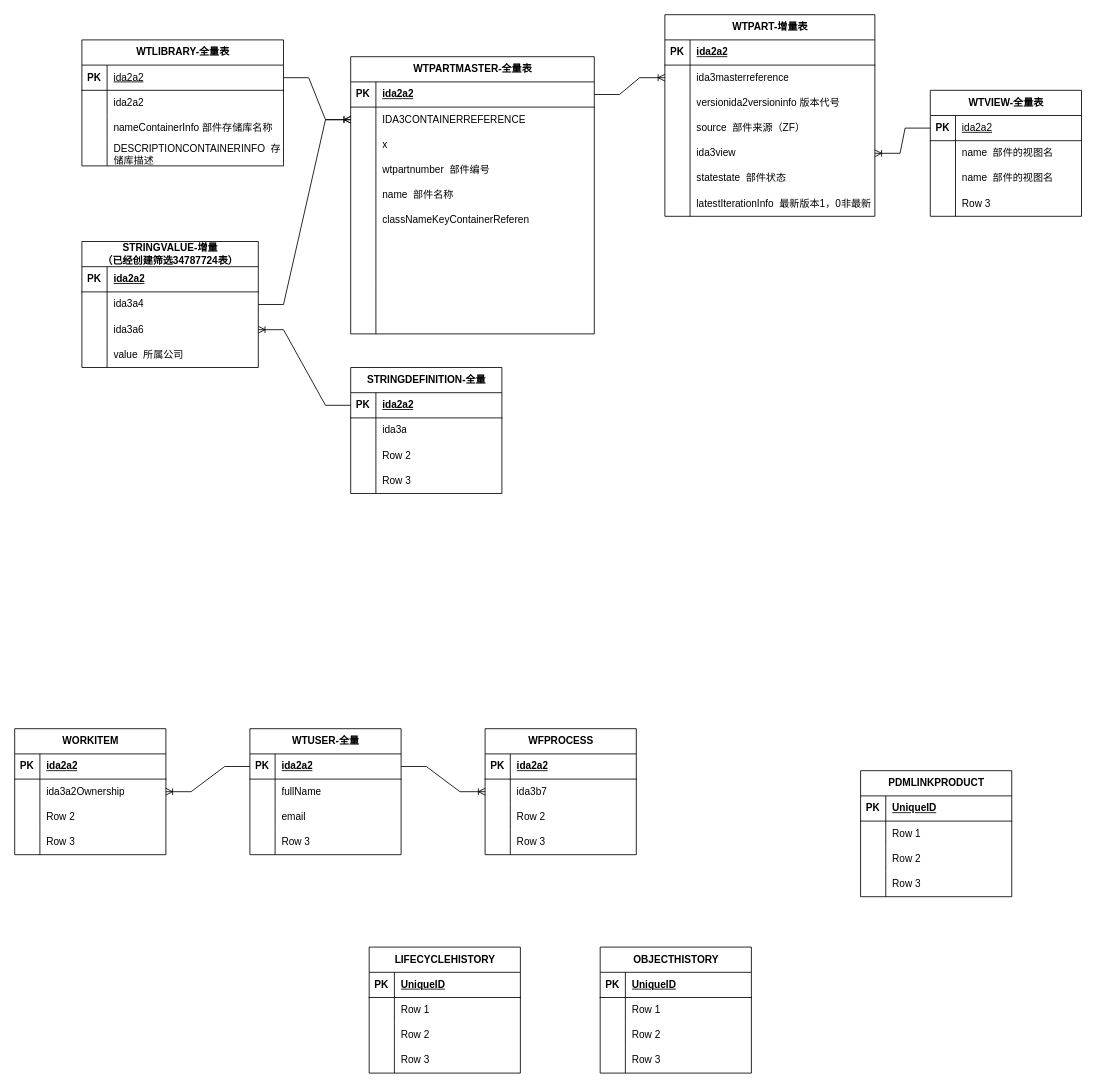
This is pdm数据结构.drawio from fxfng/hello-world, a draw.io file, before an edit. Source tidied: cells renumbered, new cells numbered last; positions are measured from the earlier drawing's top-left corner, leaving out a move shared by most shapes. Both pictures are drawn from the tidied source at 84%, with x=0, y=0 at pixel (14, 14).
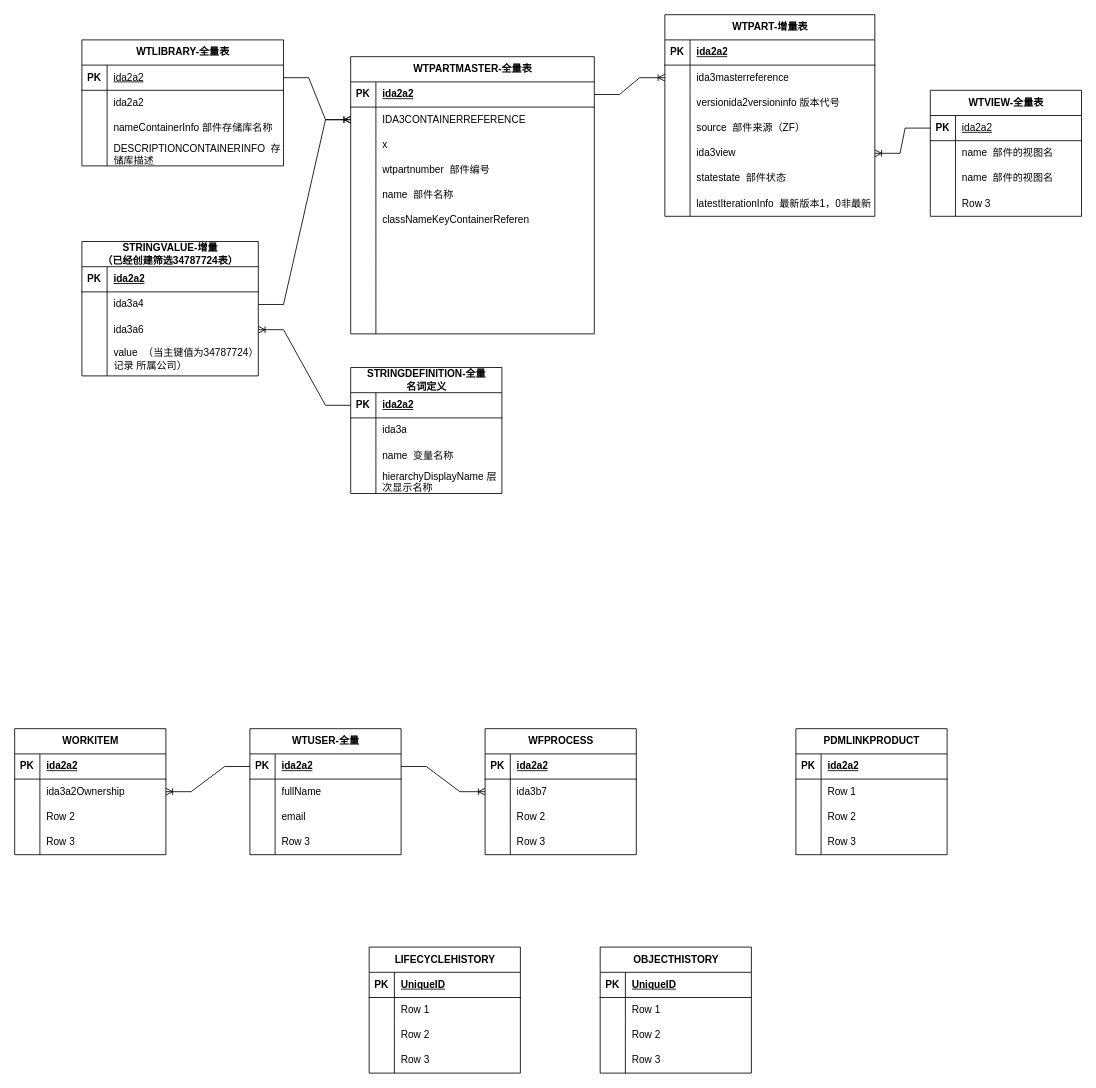
The same page after the edit.

Commit message:
更新pdm数据结构.drawio

Unchanged cells that the change refers to:
```xml
<mxCell id="31" style="shape=tableRow;horizontal=0;startSize=0;swimlaneHead=0;swimlaneBody=0;fillColor=none;top=0;left=0;right=0;bottom=0;" parent="24" vertex="1">
  <mxGeometry y="90" width="180" height="30" as="geometry" />
</mxCell>
<mxCell id="34" style="shape=tableRow;horizontal=0;startSize=0;swimlaneHead=0;swimlaneBody=0;fillColor=none;top=0;left=0;right=0;bottom=0;" parent="24" vertex="1">
  <mxGeometry y="120" width="180" height="30" as="geometry" />
</mxCell>
<mxCell id="82" style="shape=tableRow;horizontal=0;startSize=0;swimlaneHead=0;swimlaneBody=0;fillColor=none;top=0;left=0;right=0;bottom=1;" parent="81" vertex="1">
  <mxGeometry y="30" width="180" height="30" as="geometry" />
</mxCell>
```

The edit, as a diff of the source:
```diff
@@
-    <mxCell id="24" value="STRINGDEFINITION-全量" style="shape=table;startSize=30;childLayout=tableLayout;rowLines=0;fontStyle=1;align=center;html=1;" parent="1" vertex="1">
+    <mxCell id="24" value="STRINGDEFINITION-全量&lt;div&gt;名词定义&lt;/div&gt;" style="shape=table;startSize=30;childLayout=tableLayout;rowLines=0;fontStyle=1;align=center;html=1;" parent="1" vertex="1">
       <mxGeometry x="400" y="420" width="180" height="150" as="geometry" />
     </mxCell>
@@
-    <mxCell id="33" value="Row 2" style="shape=partialRectangle;fillColor=none;top=0;left=0;bottom=0;right=0;align=left;spacingLeft=6;overflow=hidden;whiteSpace=wrap;html=1;" parent="31" vertex="1">
+    <mxCell id="33" value="name&amp;nbsp; 变量名称" style="shape=partialRectangle;fillColor=none;top=0;left=0;bottom=0;right=0;align=left;spacingLeft=6;overflow=hidden;whiteSpace=wrap;html=1;" parent="31" vertex="1">
       <mxGeometry x="30" width="150" height="30" as="geometry" />
     </mxCell>
@@
-    <mxCell id="36" value="Row 3" style="shape=partialRectangle;fillColor=none;top=0;left=0;bottom=0;right=0;align=left;spacingLeft=6;overflow=hidden;whiteSpace=wrap;html=1;" parent="34" vertex="1">
+    <mxCell id="36" value="hierarchyDisplayName 层次显示名称" style="shape=partialRectangle;fillColor=none;top=0;left=0;bottom=0;right=0;align=left;spacingLeft=6;overflow=hidden;whiteSpace=wrap;html=1;" parent="34" vertex="1">
       <mxGeometry x="30" width="150" height="30" as="geometry" />
     </mxCell>
@@
     <mxCell id="68" value="STRINGVALUE-增量&lt;div&gt;（已经创建筛选34787724表）&lt;/div&gt;" style="shape=table;startSize=30;childLayout=tableLayout;rowLines=0;fontStyle=1;align=center;html=1;" parent="1" vertex="1">
-      <mxGeometry x="80" y="270" width="210" height="150" as="geometry" />
+      <mxGeometry x="80" y="270" width="210" height="160" as="geometry" />
     </mxCell>
@@
     <mxCell id="78" style="shape=tableRow;horizontal=0;startSize=0;swimlaneHead=0;swimlaneBody=0;fillColor=none;top=0;left=0;right=0;bottom=0;" parent="68" vertex="1">
-      <mxGeometry y="120" width="210" height="30" as="geometry" />
+      <mxGeometry y="120" width="210" height="40" as="geometry" />
     </mxCell>
     <mxCell id="79" style="shape=partialRectangle;fillColor=none;top=0;left=0;bottom=0;right=0;overflow=hidden;whiteSpace=wrap;html=1;" parent="78" vertex="1">
-      <mxGeometry width="30" height="30" as="geometry" />
+      <mxGeometry width="30" height="40" as="geometry" />
     </mxCell>
-    <mxCell id="80" value="value&amp;nbsp; 所属公司" style="shape=partialRectangle;fillColor=none;top=0;left=0;bottom=0;right=0;align=left;spacingLeft=6;overflow=hidden;whiteSpace=wrap;html=1;" parent="78" vertex="1">
-      <mxGeometry x="30" width="180" height="30" as="geometry" />
+    <mxCell id="80" value="value&amp;nbsp; （当主键值为34787724）记录 所属公司）" style="shape=partialRectangle;fillColor=none;top=0;left=0;bottom=0;right=0;align=left;spacingLeft=6;overflow=hidden;whiteSpace=wrap;html=1;" parent="78" vertex="1">
+      <mxGeometry x="30" width="180" height="40" as="geometry" />
     </mxCell>
     <mxCell id="81" value="PDMLINKPRODUCT" style="shape=table;startSize=30;childLayout=tableLayout;rowLines=0;fontStyle=1;align=center;html=1;" parent="1" vertex="1">
-      <mxGeometry x="1007" y="900" width="180" height="150" as="geometry" />
+      <mxGeometry x="930" y="850" width="180" height="150" as="geometry" />
     </mxCell>
@@
-    <mxCell id="84" value="UniqueID" style="shape=partialRectangle;fillColor=none;top=0;left=0;bottom=0;right=0;align=left;spacingLeft=6;fontStyle=5;overflow=hidden;whiteSpace=wrap;html=1;" parent="82" vertex="1">
+    <mxCell id="84" value="ida2a2" style="shape=partialRectangle;fillColor=none;top=0;left=0;bottom=0;right=0;align=left;spacingLeft=6;fontStyle=5;overflow=hidden;whiteSpace=wrap;html=1;" parent="82" vertex="1">
       <mxGeometry x="30" width="150" height="30" as="geometry" />
     </mxCell>
```
